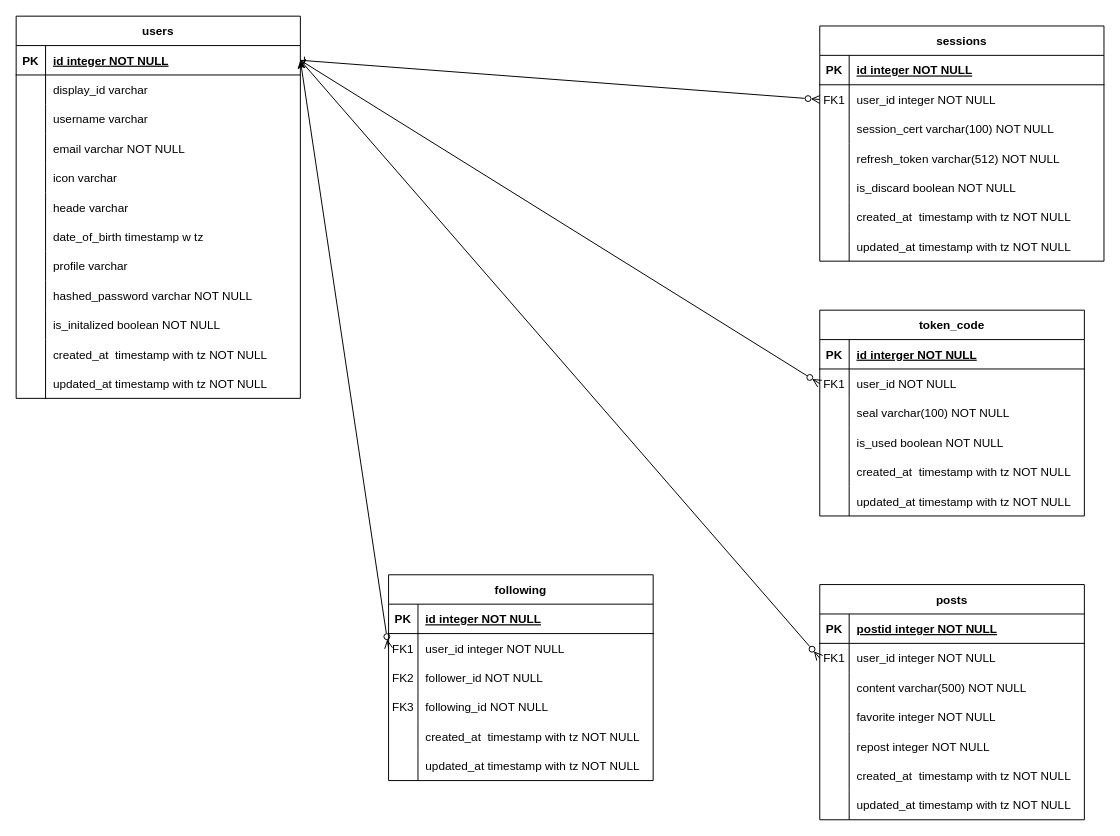
Milix-M/vrc_sns_backend keeps this draw.io diagram as vrc_sns.drawio. Above is the earlier version. Source tidied: cells renumbered, new cells numbered last; positions are measured from the earlier drawing's top-left corner, leaving out a move shared by most shapes. Both pictures are drawn from the tidied source at 98%, with x=0, y=0 at pixel (16, 16).
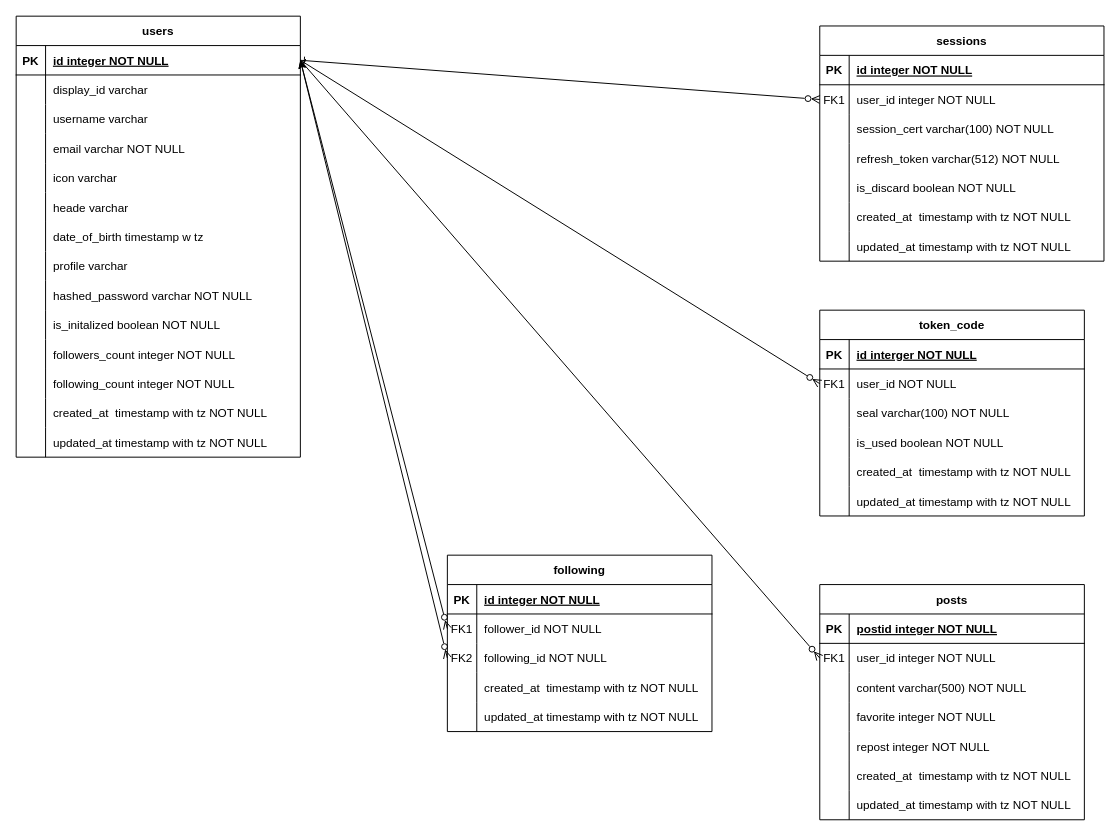
Above is the later version.

Unchanged cells that the change refers to:
```xml
<mxCell id="3" style="shape=tableRow;horizontal=0;startSize=0;swimlaneHead=0;swimlaneBody=0;fillColor=none;points=[[0,0.5],[1,0.5]];portConstraint=eastwest;top=0;left=0;right=0;bottom=1;" parent="2" vertex="1">
  <mxGeometry y="30" width="290" height="30" as="geometry" />
</mxCell>
```

What changed in the source:
```diff
@@
     <mxCell id="2" value="users" style="shape=table;startSize=30;childLayout=tableLayout;rowLines=0;fontStyle=1;align=center;" parent="1" vertex="1">
-      <mxGeometry width="290" height="390" as="geometry" />
+      <mxGeometry width="290" height="450" as="geometry" />
     </mxCell>
@@
+    <mxCell id="125" style="shape=tableRow;horizontal=0;startSize=0;swimlaneHead=0;swimlaneBody=0;fillColor=none;top=0;left=0;right=0;bottom=0;" parent="2" vertex="1">
+      <mxGeometry y="330" width="290" height="30" as="geometry" />
+    </mxCell>
+    <mxCell id="126" style="shape=partialRectangle;fillColor=none;top=0;left=0;bottom=0;right=0;overflow=hidden;" parent="125" vertex="1">
+      <mxGeometry width="30" height="30" as="geometry" />
+    </mxCell>
+    <mxCell id="127" value="followers_count integer NOT NULL  " style="shape=partialRectangle;fillColor=none;top=0;left=0;bottom=0;right=0;align=left;spacingLeft=6;overflow=hidden;" parent="125" vertex="1">
+      <mxGeometry x="30" width="260" height="30" as="geometry" />
+    </mxCell>
+    <mxCell id="128" style="shape=tableRow;horizontal=0;startSize=0;swimlaneHead=0;swimlaneBody=0;fillColor=none;top=0;left=0;right=0;bottom=0;" parent="2" vertex="1">
+      <mxGeometry y="360" width="290" height="30" as="geometry" />
+    </mxCell>
+    <mxCell id="129" style="shape=partialRectangle;fillColor=none;top=0;left=0;bottom=0;right=0;overflow=hidden;" parent="128" vertex="1">
+      <mxGeometry width="30" height="30" as="geometry" />
+    </mxCell>
+    <mxCell id="130" value="following_count integer NOT NULL" style="shape=partialRectangle;fillColor=none;top=0;left=0;bottom=0;right=0;align=left;spacingLeft=6;overflow=hidden;" parent="128" vertex="1">
+      <mxGeometry x="30" width="260" height="30" as="geometry" />
+    </mxCell>
     <mxCell id="33" style="shape=tableRow;horizontal=0;startSize=0;swimlaneHead=0;swimlaneBody=0;fillColor=none;top=0;left=0;right=0;bottom=0;" parent="2" vertex="1">
-      <mxGeometry y="330" width="290" height="30" as="geometry" />
+      <mxGeometry y="390" width="290" height="30" as="geometry" />
     </mxCell>
@@
     <mxCell id="36" style="shape=tableRow;horizontal=0;startSize=0;swimlaneHead=0;swimlaneBody=0;fillColor=none;top=0;left=0;right=0;bottom=0;" parent="2" vertex="1">
-      <mxGeometry y="360" width="290" height="30" as="geometry" />
+      <mxGeometry y="420" width="290" height="30" as="geometry" />
     </mxCell>
@@
     <mxCell id="105" value="following" style="shape=table;startSize=30;childLayout=tableLayout;rowLines=0;fontStyle=1;align=center;" parent="1" vertex="1">
-      <mxGeometry x="380" y="570" width="270" height="210" as="geometry" />
+      <mxGeometry x="440" y="550" width="270" height="180" as="geometry" />
     </mxCell>
@@
-    <mxCell id="109" style="shape=tableRow;horizontal=0;startSize=0;swimlaneHead=0;swimlaneBody=0;fillColor=none;points=[[0,0.5],[1,0.5]];portConstraint=eastwest;top=0;left=0;right=0;bottom=0;" parent="105" vertex="1">
-      <mxGeometry y="60" width="270" height="30" as="geometry" />
-    </mxCell>
-    <mxCell id="110" value="FK1" style="shape=partialRectangle;fillColor=none;top=0;left=0;bottom=0;right=0;overflow=hidden;" parent="109" vertex="1">
-      <mxGeometry width="30" height="30" as="geometry" />
-    </mxCell>
-    <mxCell id="111" value="user_id integer NOT NULL" style="shape=partialRectangle;fillColor=none;top=0;left=0;bottom=0;right=0;align=left;spacingLeft=6;overflow=hidden;" parent="109" vertex="1">
-      <mxGeometry x="30" width="240" height="30" as="geometry" />
-    </mxCell>
     <mxCell id="112" style="shape=tableRow;horizontal=0;startSize=0;swimlaneHead=0;swimlaneBody=0;fillColor=none;points=[[0,0.5],[1,0.5]];portConstraint=eastwest;top=0;left=0;right=0;bottom=0;" parent="105" vertex="1">
-      <mxGeometry y="90" width="270" height="30" as="geometry" />
+      <mxGeometry y="60" width="270" height="30" as="geometry" />
     </mxCell>
-    <mxCell id="113" value="FK2" style="shape=partialRectangle;fillColor=none;top=0;left=0;bottom=0;right=0;overflow=hidden;" parent="112" vertex="1">
+    <mxCell id="113" value="FK1" style="shape=partialRectangle;fillColor=none;top=0;left=0;bottom=0;right=0;overflow=hidden;" parent="112" vertex="1">
       <mxGeometry width="30" height="30" as="geometry" />
     </mxCell>
@@
     <mxCell id="115" style="shape=tableRow;horizontal=0;startSize=0;swimlaneHead=0;swimlaneBody=0;fillColor=none;points=[[0,0.5],[1,0.5]];portConstraint=eastwest;top=0;left=0;right=0;bottom=0;" parent="105" vertex="1">
-      <mxGeometry y="120" width="270" height="30" as="geometry" />
+      <mxGeometry y="90" width="270" height="30" as="geometry" />
     </mxCell>
-    <mxCell id="116" value="FK3" style="shape=partialRectangle;fillColor=none;top=0;left=0;bottom=0;right=0;overflow=hidden;" parent="115" vertex="1">
+    <mxCell id="116" value="FK2" style="shape=partialRectangle;fillColor=none;top=0;left=0;bottom=0;right=0;overflow=hidden;" parent="115" vertex="1">
       <mxGeometry width="30" height="30" as="geometry" />
     </mxCell>
@@
     <mxCell id="118" style="shape=tableRow;horizontal=0;startSize=0;swimlaneHead=0;swimlaneBody=0;fillColor=none;top=0;left=0;right=0;bottom=0;" parent="105" vertex="1">
-      <mxGeometry y="150" width="270" height="30" as="geometry" />
+      <mxGeometry y="120" width="270" height="30" as="geometry" />
     </mxCell>
@@
     <mxCell id="121" style="shape=tableRow;horizontal=0;startSize=0;swimlaneHead=0;swimlaneBody=0;fillColor=none;top=0;left=0;right=0;bottom=0;" parent="105" vertex="1">
-      <mxGeometry y="180" width="270" height="30" as="geometry" />
+      <mxGeometry y="150" width="270" height="30" as="geometry" />
     </mxCell>
@@
-    <mxCell id="124" style="edgeStyle=none;html=1;exitX=0;exitY=0.5;exitDx=0;exitDy=0;entryX=1;entryY=0.5;entryDx=0;entryDy=0;startArrow=ERzeroToMany;startFill=0;" parent="1" edge="1" source="109" target="3">
+    <mxCell id="124" style="edgeStyle=none;html=1;exitX=0;exitY=0.5;exitDx=0;exitDy=0;entryX=1;entryY=0.5;entryDx=0;entryDy=0;startArrow=ERzeroToMany;startFill=0;" parent="1" edge="1" source="112" target="3">
       <mxGeometry relative="1" as="geometry" />
     </mxCell>
+    <mxCell id="131" style="edgeStyle=none;html=1;exitX=0;exitY=0.5;exitDx=0;exitDy=0;entryX=1;entryY=0.5;entryDx=0;entryDy=0;startArrow=ERzeroToMany;startFill=0;" parent="1" edge="1" source="115" target="3">
+      <mxGeometry relative="1" as="geometry" />
+    </mxCell>
```
